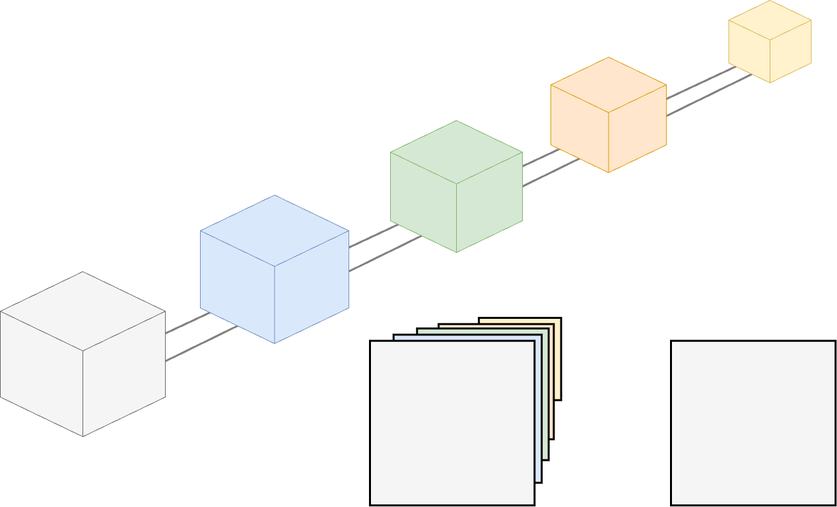
This is data_structures/red_line_sb_perspective.png from lgreco/images, a draw.io export, as it was before one commit. Source tidied: cells renumbered, new cells last; positions are measured from the earlier drawing's top-left corner, leaving out a move shared by most shapes.
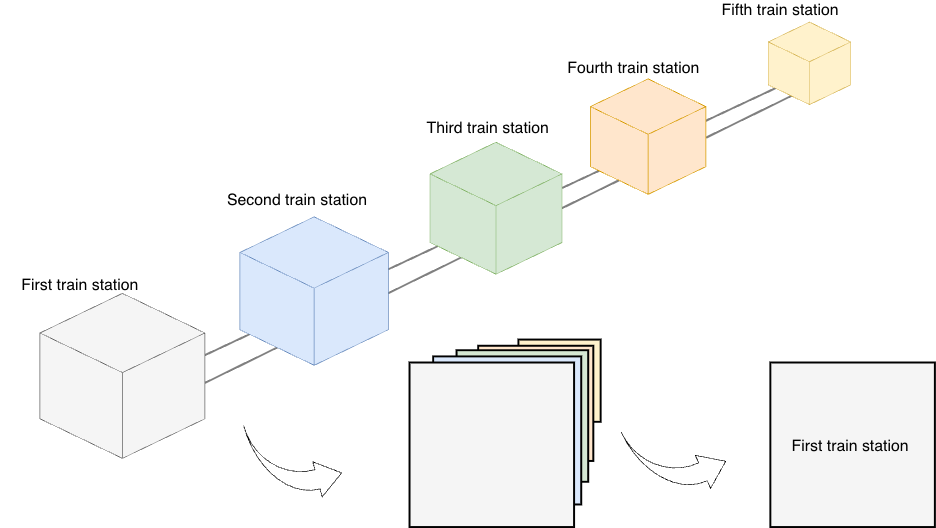
Later version of the same file.

Diff of the diagram source:
```diff
@@ -39,7 +39,31 @@
       <mxGeometry x="560" y="515.8" width="249.3" height="249.3" as="geometry" />
     </mxCell>
     <mxCell id="14" style="whiteSpace=wrap;html=1;fillColor=#f5f5f5;fontColor=#333333;strokeColor=#000000;strokeWidth=3;" parent="1" vertex="1">
-      <mxGeometry x="1016" y="515.8" width="249.3" height="249.3" as="geometry" />
+      <mxGeometry x="1106.7" y="515.8" width="249.3" height="249.3" as="geometry" />
     </mxCell>
+    <mxCell id="15" value="First train station" style="text;html=1;whiteSpace=wrap;strokeColor=none;fillColor=none;align=center;verticalAlign=middle;rounded=0;fontSize=24;" parent="1" vertex="1">
+      <mxGeometry x="-60" y="383" width="242" height="30" as="geometry" />
+    </mxCell>
+    <mxCell id="16" value="Second train station" style="text;html=1;whiteSpace=wrap;strokeColor=none;fillColor=none;align=center;verticalAlign=middle;rounded=0;fontSize=24;" parent="1" vertex="1">
+      <mxGeometry x="281" y="255" width="218" height="30" as="geometry" />
+    </mxCell>
+    <mxCell id="17" value="Third train station" style="text;html=1;whiteSpace=wrap;strokeColor=none;fillColor=none;align=center;verticalAlign=middle;rounded=0;fontSize=24;" parent="1" vertex="1">
+      <mxGeometry x="569" y="145" width="220" height="30" as="geometry" />
+    </mxCell>
+    <mxCell id="18" value="Fourth train station" style="text;html=1;whiteSpace=wrap;strokeColor=none;fillColor=none;align=center;verticalAlign=middle;rounded=0;fontSize=24;" parent="1" vertex="1">
+      <mxGeometry x="787" y="55" width="225" height="30" as="geometry" />
+    </mxCell>
+    <mxCell id="19" value="Fifth train station" style="text;html=1;whiteSpace=wrap;strokeColor=none;fillColor=none;align=center;verticalAlign=middle;rounded=0;fontSize=24;" parent="1" vertex="1">
+      <mxGeometry x="993" y="-33" width="258" height="30" as="geometry" />
+    </mxCell>
+    <mxCell id="20" value="First train station" style="text;html=1;whiteSpace=wrap;strokeColor=none;fillColor=none;align=center;verticalAlign=middle;rounded=0;fontSize=24;" parent="1" vertex="1">
+      <mxGeometry x="1108" y="627.4" width="239.7" height="30" as="geometry" />
+    </mxCell>
+    <mxCell id="21" style="html=1;shadow=0;dashed=0;align=center;verticalAlign=middle;shape=mxgraph.arrows2.jumpInArrow;dy=15;dx=38;arrowHead=55;flipV=1;legacyAnchorPoints=0;rotation=-15;" parent="1" vertex="1">
+      <mxGeometry x="324" y="593" width="125" height="135" as="geometry" />
+    </mxCell>
+    <mxCell id="22" style="html=1;shadow=0;dashed=0;align=center;verticalAlign=middle;shape=mxgraph.arrows2.jumpInArrow;dy=15;dx=38;arrowHead=55;flipV=1;legacyAnchorPoints=0;rotation=-25;" parent="1" vertex="1">
+      <mxGeometry x="903" y="588" width="125" height="135" as="geometry" />
+    </mxCell>
   </root>
 </mxGraphModel>
```
